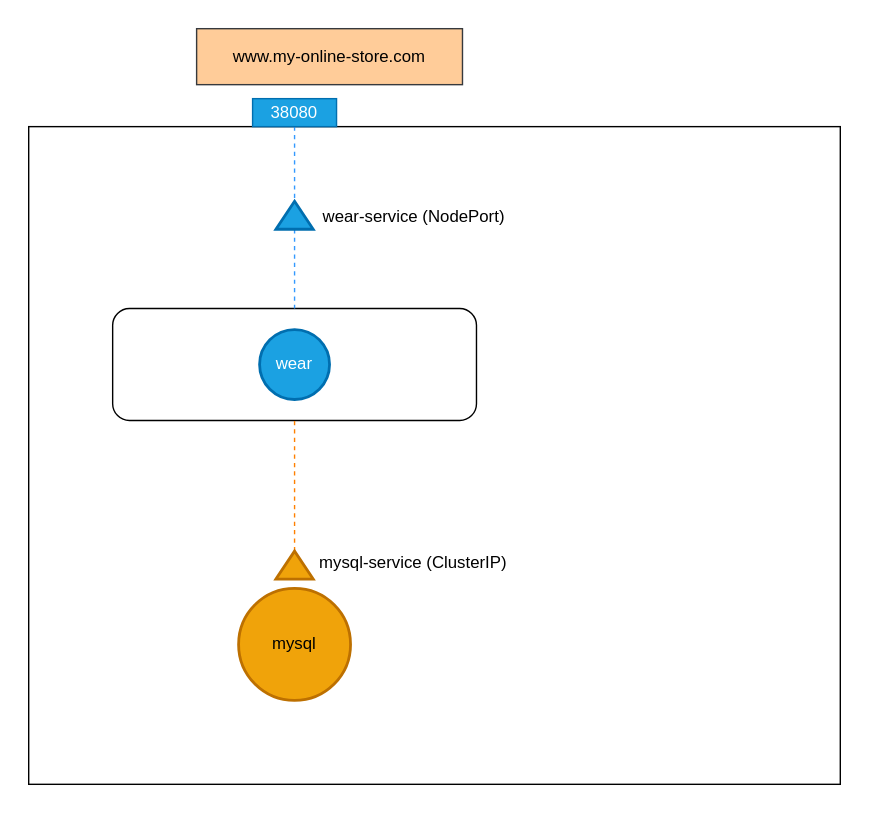
Before: assets/networking-ingress-1.svg, a diagram exported from draw.io (aditya109/journey-CKA). Source tidied: cells renumbered, new cells last; positions are measured from the earlier drawing's top-left corner, leaving out a move shared by most shapes. Source of this version:
```xml
<mxGraphModel>
  <root>
    <mxCell id="0" />
    <mxCell id="1" parent="0" />
    <mxCell id="2" value="www.my-online-store.com" style="rounded=0;whiteSpace=wrap;html=1;fillColor=#ffcc99;strokeColor=#36393d;" parent="1" vertex="1">
      <mxGeometry x="120" width="190" height="40" as="geometry" />
    </mxCell>
    <mxCell id="3" style="rounded=0;whiteSpace=wrap;html=1;" parent="1" vertex="1">
      <mxGeometry y="70" width="580" height="470" as="geometry" />
    </mxCell>
    <mxCell id="4" style="edgeStyle=orthogonalEdgeStyle;rounded=0;jettySize=auto;html=1;endArrow=none;endFill=0;dashed=1;strokeColor=#3399FF;" parent="1" edge="1" source="5" target="13">
      <mxGeometry relative="1" as="geometry" />
    </mxCell>
    <mxCell id="5" value="38080" style="rounded=0;whiteSpace=wrap;html=1;fillColor=#1ba1e2;strokeColor=#006EAF;fontColor=#ffffff;" parent="1" vertex="1">
      <mxGeometry x="160" y="50" width="60" height="20" as="geometry" />
    </mxCell>
    <mxCell id="6" style="rounded=1;whiteSpace=wrap;html=1;" parent="1" vertex="1">
      <mxGeometry x="60" y="200" width="260" height="80" as="geometry" />
    </mxCell>
    <mxCell id="7" value="wear" style="ellipse;whiteSpace=wrap;html=1;fillColor=#1ba1e2;strokeColor=#006EAF;strokeWidth=2;fontColor=#ffffff;" parent="1" vertex="1">
      <mxGeometry x="165" y="215" width="50" height="50" as="geometry" />
    </mxCell>
    <mxCell id="8" value="mysql" style="ellipse;whiteSpace=wrap;html=1;strokeWidth=2;fillColor=#f0a30a;strokeColor=#BD7000;fontColor=#000000;" parent="1" vertex="1">
      <mxGeometry x="150" y="400" width="80" height="80" as="geometry" />
    </mxCell>
    <mxCell id="9" style="edgeStyle=orthogonalEdgeStyle;rounded=0;jettySize=auto;html=1;entryX=0.5;entryY=1;entryDx=0;entryDy=0;dashed=1;endArrow=none;endFill=0;strokeColor=#FF8000;" parent="1" edge="1" source="10" target="6">
      <mxGeometry relative="1" as="geometry" />
    </mxCell>
    <mxCell id="10" style="triangle;whiteSpace=wrap;html=1;strokeWidth=2;rotation=-90;fillColor=#f0a30a;strokeColor=#BD7000;fontColor=#000000;" parent="1" vertex="1">
      <mxGeometry x="180" y="370" width="20" height="26.7" as="geometry" />
    </mxCell>
    <mxCell id="11" value="mysql-service (ClusterIP)" style="text;html=1;strokeColor=none;fillColor=none;align=center;verticalAlign=middle;whiteSpace=wrap;rounded=0;" parent="1" vertex="1">
      <mxGeometry x="200" y="366.7" width="150" height="30" as="geometry" />
    </mxCell>
    <mxCell id="12" style="edgeStyle=orthogonalEdgeStyle;rounded=0;jettySize=auto;html=1;entryX=0.5;entryY=0;entryDx=0;entryDy=0;endArrow=none;endFill=0;dashed=1;strokeColor=#3399FF;" parent="1" edge="1" source="13" target="6">
      <mxGeometry relative="1" as="geometry" />
    </mxCell>
    <mxCell id="13" style="triangle;whiteSpace=wrap;html=1;strokeWidth=2;rotation=-90;fillColor=#1ba1e2;strokeColor=#006EAF;fontColor=#ffffff;" parent="1" vertex="1">
      <mxGeometry x="180" y="120" width="20" height="26.7" as="geometry" />
    </mxCell>
    <mxCell id="14" value="wear-service (NodePort)" style="text;html=1;strokeColor=none;fillColor=none;align=center;verticalAlign=middle;whiteSpace=wrap;rounded=0;" parent="1" vertex="1">
      <mxGeometry x="207.5" y="120" width="135" height="30" as="geometry" />
    </mxCell>
  </root>
</mxGraphModel>
```
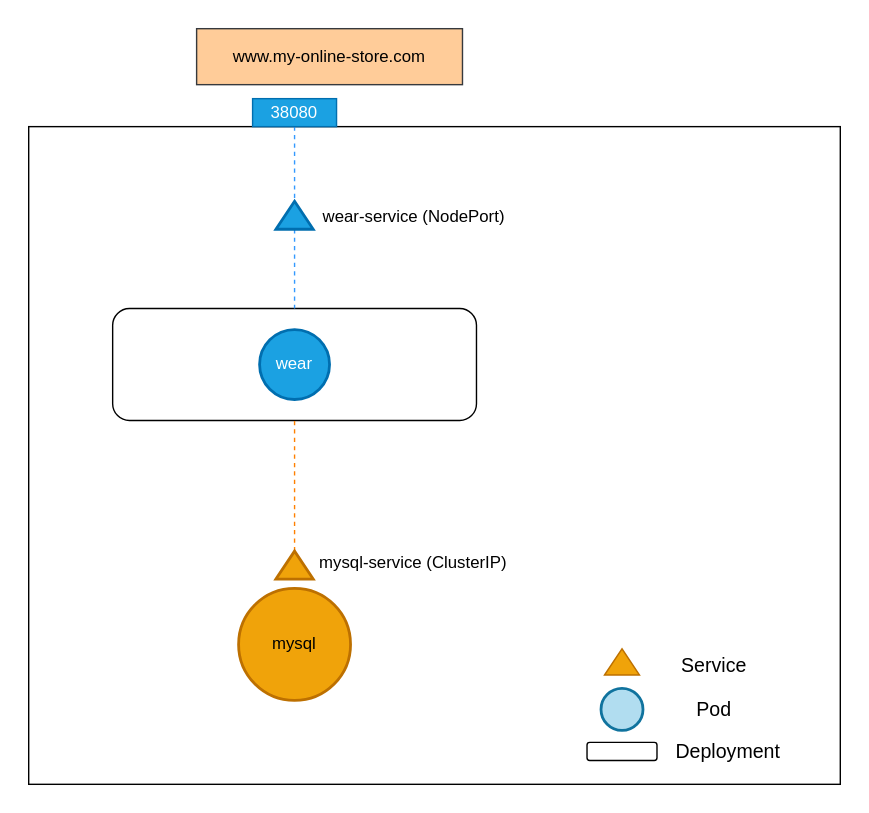
Later version of the same file.

Commit message:
refreshing pushes for ingress;

Diff of the diagram source:
```diff
@@ -41,5 +41,23 @@
     <mxCell id="14" value="wear-service (NodePort)" style="text;html=1;strokeColor=none;fillColor=none;align=center;verticalAlign=middle;whiteSpace=wrap;rounded=0;" parent="1" vertex="1">
       <mxGeometry x="207.5" y="120" width="135" height="30" as="geometry" />
     </mxCell>
+    <mxCell id="15" style="rounded=1;whiteSpace=wrap;html=1;strokeWidth=1;" parent="1" vertex="1">
+      <mxGeometry x="399" y="510" width="50" height="13" as="geometry" />
+    </mxCell>
+    <mxCell id="16" value="Deployment" style="text;html=1;strokeColor=none;fillColor=none;align=center;verticalAlign=middle;whiteSpace=wrap;rounded=0;fontSize=14;" parent="1" vertex="1">
+      <mxGeometry x="470" y="501.5" width="60" height="30" as="geometry" />
+    </mxCell>
+    <mxCell id="17" style="ellipse;whiteSpace=wrap;html=1;fontSize=14;strokeWidth=2;fillColor=#b1ddf0;strokeColor=#10739e;" parent="1" vertex="1">
+      <mxGeometry x="409" y="471.5" width="30" height="30" as="geometry" />
+    </mxCell>
+    <mxCell id="18" value="Pod" style="text;html=1;strokeColor=none;fillColor=none;align=center;verticalAlign=middle;whiteSpace=wrap;rounded=0;fontSize=14;" parent="1" vertex="1">
+      <mxGeometry x="460" y="472" width="60" height="30" as="geometry" />
+    </mxCell>
+    <mxCell id="19" style="triangle;whiteSpace=wrap;html=1;fontSize=14;strokeWidth=1;rotation=-90;fillColor=#f0a30a;strokeColor=#BD7000;fontColor=#000000;" parent="1" vertex="1">
+      <mxGeometry x="414.6" y="440" width="18.8" height="25" as="geometry" />
+    </mxCell>
+    <mxCell id="20" value="Service" style="text;html=1;strokeColor=none;fillColor=none;align=center;verticalAlign=middle;whiteSpace=wrap;rounded=0;fontSize=14;" parent="1" vertex="1">
+      <mxGeometry x="460" y="440" width="60" height="30" as="geometry" />
+    </mxCell>
   </root>
 </mxGraphModel>
```
